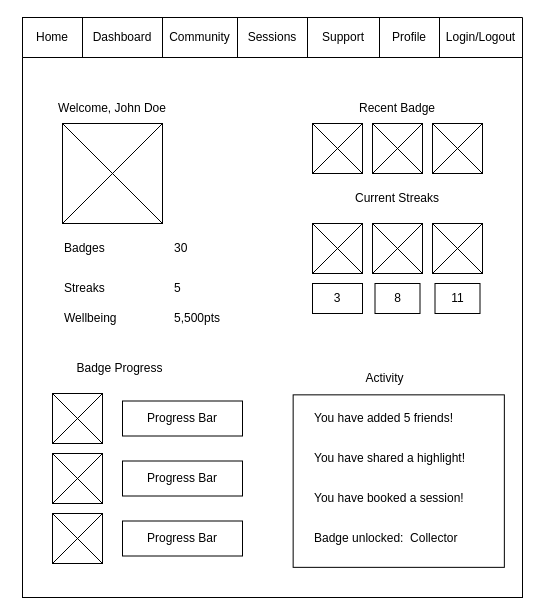
The draw.io diagram WireFrame_API.drawio in Sky-monster/Diagrams, before the edit. Source tidied: cells renumbered, new cells numbered last; positions are measured from the earlier drawing's top-left corner, leaving out a move shared by most shapes. Both pictures are drawn from the tidied source at 100%, with x=0, y=0 at pixel (17, 17).
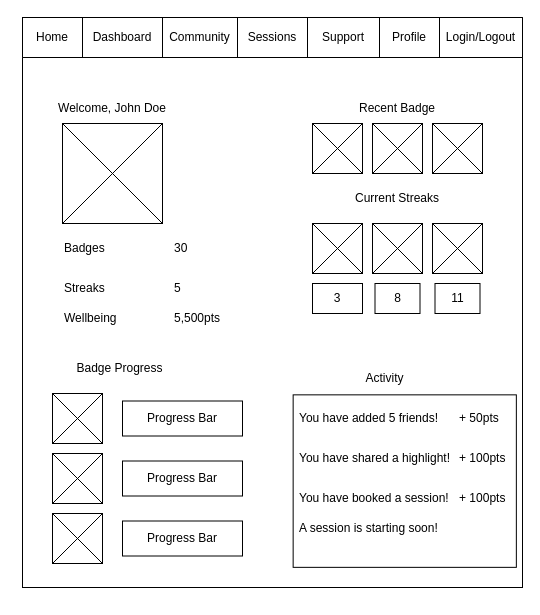
The same page after the edit.

The change refers to these unchanged cells:
```xml
<mxCell id="2" style="group;" parent="1" vertex="1">
  <mxGeometry x="295" y="116" width="210" height="464" as="geometry" />
</mxCell>
```

Diff of the diagram source:
```diff
@@
     <mxCell id="6" style="rounded=0;whiteSpace=wrap;html=1;rotation=0;" parent="2" vertex="1">
-      <mxGeometry x="-290" y="-106" width="500" height="570" as="geometry" />
+      <mxGeometry x="-290" y="-116" width="500" height="570" as="geometry" />
     </mxCell>
@@
     <mxCell id="22" style="rounded=0;whiteSpace=wrap;html=1;rotation=90;" parent="2" vertex="1">
-      <mxGeometry y="242" width="172.5" height="211.2" as="geometry" />
+      <mxGeometry x="6" y="236" width="172.5" height="223.2" as="geometry" />
     </mxCell>
@@
-    <mxCell id="24" value="You have added 5 friends!" style="text;html=1;align=left;verticalAlign=middle;whiteSpace=wrap;rounded=0;" parent="2" vertex="1">
-      <mxGeometry y="270" width="142.5" height="30" as="geometry" />
+    <mxCell id="24" value="You have added 5 friends!&lt;span style=&quot;white-space: pre;&quot;&gt;&#9;&lt;/span&gt;+ 50pts" style="text;html=1;align=left;verticalAlign=middle;whiteSpace=wrap;rounded=0;" parent="2" vertex="1">
+      <mxGeometry x="-15" y="270" width="205" height="30" as="geometry" />
     </mxCell>
-    <mxCell id="25" value="You have shared a highlight!" style="text;html=1;align=left;verticalAlign=middle;whiteSpace=wrap;rounded=0;" parent="2" vertex="1">
-      <mxGeometry y="310" width="171.5" height="30" as="geometry" />
+    <mxCell id="25" value="You have shared a highlight!&lt;span style=&quot;white-space: pre;&quot;&gt;&#9;&lt;/span&gt;+ 100pts" style="text;html=1;align=left;verticalAlign=middle;whiteSpace=wrap;rounded=0;" parent="2" vertex="1">
+      <mxGeometry x="-15" y="310" width="225" height="30" as="geometry" />
     </mxCell>
-    <mxCell id="26" value="You have booked a session!" style="text;html=1;align=left;verticalAlign=middle;whiteSpace=wrap;rounded=0;" parent="2" vertex="1">
-      <mxGeometry y="350" width="171.5" height="30" as="geometry" />
+    <mxCell id="26" value="You have booked a session!&lt;span style=&quot;white-space: pre;&quot;&gt;&#9;&lt;/span&gt;+ 100pts" style="text;html=1;align=left;verticalAlign=middle;whiteSpace=wrap;rounded=0;" parent="2" vertex="1">
+      <mxGeometry x="-15" y="350" width="225" height="30" as="geometry" />
     </mxCell>
-    <mxCell id="27" value="Badge unlocked:&amp;nbsp; Collector&amp;nbsp;" style="text;html=1;align=left;verticalAlign=middle;whiteSpace=wrap;rounded=0;" parent="2" vertex="1">
-      <mxGeometry y="390" width="171.5" height="30" as="geometry" />
-    </mxCell>
+    <mxCell id="78" value="A session is starting soon!&lt;span style=&quot;white-space: pre;&quot;&gt;&#9;&lt;/span&gt;" style="text;html=1;align=left;verticalAlign=middle;whiteSpace=wrap;rounded=0;" parent="2" vertex="1">
+      <mxGeometry x="-15" y="380" width="225" height="30" as="geometry" />
+    </mxCell>
```
